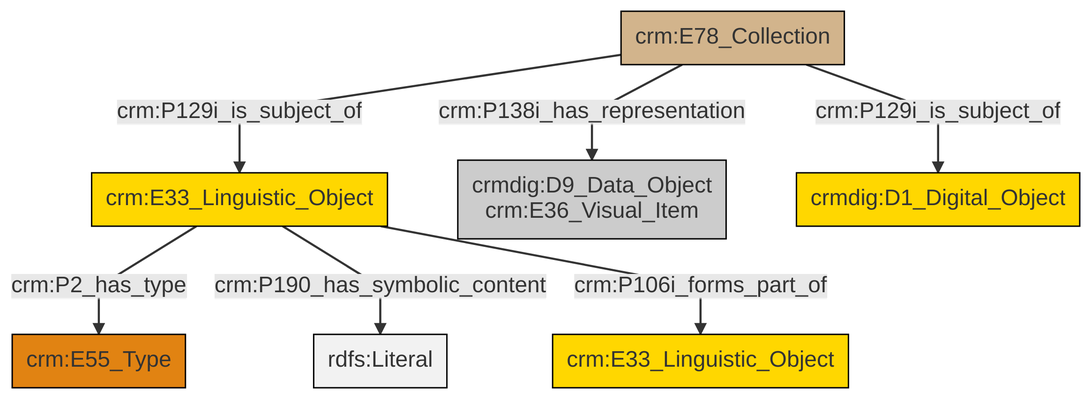
Earlier version of the Mermaid export et/archivalCSV/ttl/mmd/png/archival_docs.png (swiss-art-research-net/docs.swissartresearch). Its source is kept beside it as et/archivalCSV/ttl/mmd/archival_docs.ttl.mmd.
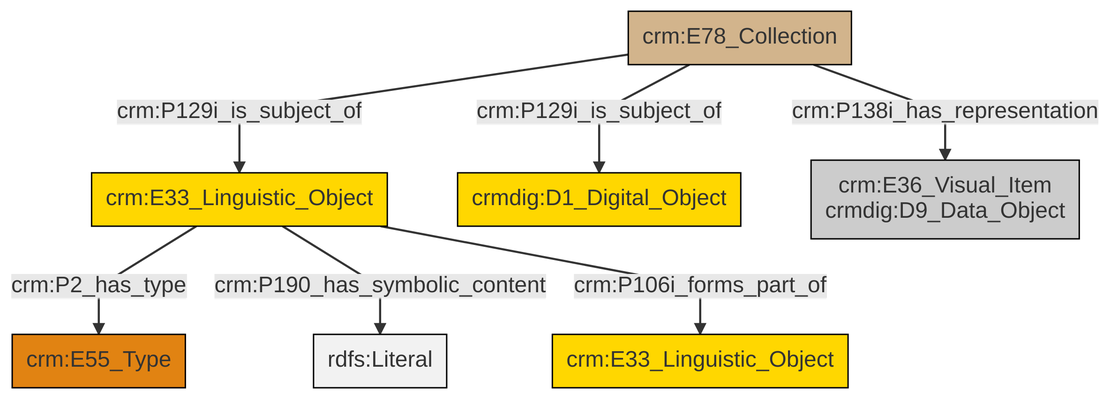
Later version of the same file.

Change to the diagram source:
```diff
@@ -14,8 +14,8 @@
 classDef Multi fill:#cccccc,stroke:#000000;
 
 0["crm:E33_Linguistic_Object"]:::Conceptual_Object -->|crm:P2_has_type| 1["crm:E55_Type"]:::Type
-0["crm:E33_Linguistic_Object"]:::Conceptual_Object -->|crm:P190_has_symbolic_content| 2[rdfs:Literal]:::Literal
-0["crm:E33_Linguistic_Object"]:::Conceptual_Object -->|crm:P106i_forms_part_of| 7["crm:E33_Linguistic_Object"]:::Conceptual_Object
-10["crm:E78_Collection"]:::Physical_Thing -->|crm:P129i_is_subject_of| 11["crmdig:D1_Digital_Object"]:::Conceptual_Object
-10["crm:E78_Collection"]:::Physical_Thing -->|crm:P129i_is_subject_of| 0["crm:E33_Linguistic_Object"]:::Conceptual_Object
-10["crm:E78_Collection"]:::Physical_Thing -->|crm:P138i_has_representation| 3["crmdig:D9_Data_Object<br>crm:E36_Visual_Item"]:::Multi
+2["crm:E78_Collection"]:::Physical_Thing -->|crm:P129i_is_subject_of| 3["crmdig:D1_Digital_Object"]:::Conceptual_Object
+2["crm:E78_Collection"]:::Physical_Thing -->|crm:P138i_has_representation| 4["crm:E36_Visual_Item<br>crmdig:D9_Data_Object"]:::Multi
+2["crm:E78_Collection"]:::Physical_Thing -->|crm:P129i_is_subject_of| 0["crm:E33_Linguistic_Object"]:::Conceptual_Object
+0["crm:E33_Linguistic_Object"]:::Conceptual_Object -->|crm:P190_has_symbolic_content| 12[rdfs:Literal]:::Literal
+0["crm:E33_Linguistic_Object"]:::Conceptual_Object -->|crm:P106i_forms_part_of| 10["crm:E33_Linguistic_Object"]:::Conceptual_Object
```
